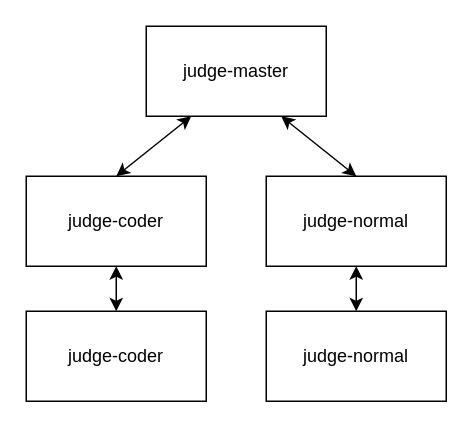
Above: docs_service/draw.io/judger.drawio in learning-hub/learning-hub (draw.io), before the change. Source tidied: cells renumbered, new cells numbered last; positions are measured from the earlier drawing's top-left corner, leaving out a move shared by most shapes. Both pictures are drawn from the tidied source at 150%, with x=0, y=0 at pixel (26, 26).
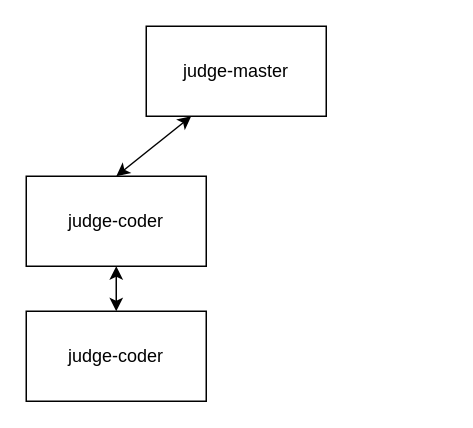
Above is the later version.

Change to the diagram source:
```diff
@@
 <mxGraphModel>
   <root>
     <mxCell id="0" />
     <mxCell id="1" parent="0" />
     <mxCell id="2" value="judge-master" style="rounded=0;whiteSpace=wrap;html=1;" parent="1" vertex="1">
       <mxGeometry x="80" width="120" height="60" as="geometry" />
     </mxCell>
     <mxCell id="3" value="judge-coder" style="rounded=0;whiteSpace=wrap;html=1;" parent="1" vertex="1">
       <mxGeometry y="100" width="120" height="60" as="geometry" />
     </mxCell>
-    <mxCell id="4" value="judge-normal" style="rounded=0;whiteSpace=wrap;html=1;" parent="1" vertex="1">
-      <mxGeometry x="160" y="100" width="120" height="60" as="geometry" />
-    </mxCell>
     <mxCell id="5" value="&lt;span&gt;judge-coder&lt;/span&gt;" style="rounded=0;whiteSpace=wrap;html=1;" parent="1" vertex="1">
       <mxGeometry y="190" width="120" height="60" as="geometry" />
     </mxCell>
     <mxCell id="6" style="endArrow=classic;startArrow=classic;html=1;entryX=0.25;entryY=1;entryDx=0;entryDy=0;exitX=0.5;exitY=0;exitDx=0;exitDy=0;" parent="1" edge="1" source="3" target="2">
       <mxGeometry relative="1" as="geometry" />
     </mxCell>
-    <mxCell id="7" style="endArrow=classic;startArrow=classic;html=1;entryX=0.75;entryY=1;entryDx=0;entryDy=0;exitX=0.5;exitY=0;exitDx=0;exitDy=0;" parent="1" edge="1" source="4" target="2">
-      <mxGeometry relative="1" as="geometry" />
-    </mxCell>
     <mxCell id="8" style="endArrow=classic;startArrow=classic;html=1;entryX=0.5;entryY=1;entryDx=0;entryDy=0;" parent="1" edge="1" target="3">
       <mxGeometry relative="1" as="geometry">
         <mxPoint x="60" y="190" as="sourcePoint" />
       </mxGeometry>
     </mxCell>
-    <mxCell id="9" value="judge-normal" style="rounded=0;whiteSpace=wrap;html=1;" parent="1" vertex="1">
-      <mxGeometry x="160" y="190" width="120" height="60" as="geometry" />
-    </mxCell>
-    <mxCell id="10" style="endArrow=classic;startArrow=classic;html=1;entryX=0.5;entryY=1;entryDx=0;entryDy=0;" parent="1" edge="1" source="9" target="4">
-      <mxGeometry relative="1" as="geometry" />
-    </mxCell>
   </root>
 </mxGraphModel>
```
